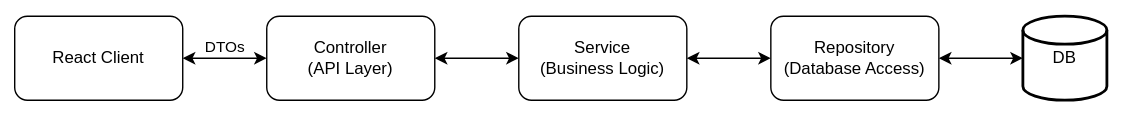
Earlier version of the draw.io export csr-pattern.svg (fabian-emilius/bachelor-thesis-charts). Source tidied: cells renumbered, new cells last; positions are measured from the earlier drawing's top-left corner, leaving out a move shared by most shapes.
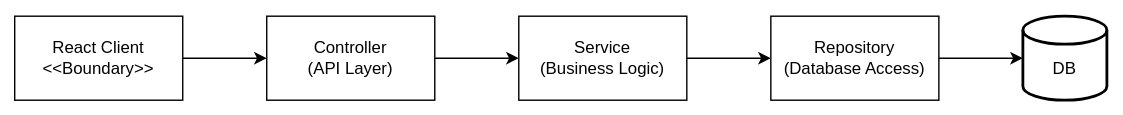
The same diagram one commit later.

The edit, as a diff of the source:
```diff
@@ -2,36 +2,31 @@
   <root>
     <mxCell id="0" />
     <mxCell id="1" parent="0" />
-    <mxCell id="2" style="edgeStyle=orthogonalEdgeStyle;rounded=0;jettySize=auto;html=1;exitX=1;exitY=0.5;exitDx=0;exitDy=0;entryX=0;entryY=0.5;entryDx=0;entryDy=0;startArrow=classic;startFill=1;" parent="1" edge="1" source="4" target="6">
+    <mxCell id="2" style="edgeStyle=orthogonalEdgeStyle;rounded=0;jettySize=auto;html=1;exitX=1;exitY=0.5;exitDx=0;exitDy=0;entryX=0;entryY=0.5;entryDx=0;entryDy=0;startArrow=none;startFill=0;" parent="1" edge="1" source="4" target="6">
       <mxGeometry relative="1" as="geometry" />
     </mxCell>
-    <mxCell id="3" value="DTOs" style="edgeLabel;html=1;align=center;verticalAlign=middle;" parent="2" vertex="1">
-      <mxGeometry x="-0.07" y="2" relative="1" as="geometry">
-        <mxPoint x="1" y="-7" as="offset" />
-      </mxGeometry>
-    </mxCell>
-    <mxCell id="4" value="React Client" style="rounded=1;whiteSpace=wrap;html=1;" parent="1" vertex="1">
+    <mxCell id="4" value="React Client&lt;div&gt;&amp;lt;&amp;lt;Boundary&amp;gt;&amp;gt;&lt;/div&gt;" style="rounded=0;whiteSpace=wrap;html=1;" parent="1" vertex="1">
       <mxGeometry width="120" height="60" as="geometry" />
     </mxCell>
-    <mxCell id="5" style="edgeStyle=orthogonalEdgeStyle;rounded=0;jettySize=auto;html=1;exitX=1;exitY=0.5;exitDx=0;exitDy=0;entryX=0;entryY=0.5;entryDx=0;entryDy=0;startArrow=classic;startFill=1;" parent="1" edge="1" source="6" target="8">
+    <mxCell id="5" style="edgeStyle=orthogonalEdgeStyle;rounded=0;jettySize=auto;html=1;exitX=1;exitY=0.5;exitDx=0;exitDy=0;entryX=0;entryY=0.5;entryDx=0;entryDy=0;startArrow=none;startFill=0;" parent="1" edge="1" source="6" target="8">
       <mxGeometry relative="1" as="geometry" />
     </mxCell>
-    <mxCell id="6" value="Controller&lt;br&gt;(API Layer)" style="rounded=1;whiteSpace=wrap;html=1;" parent="1" vertex="1">
+    <mxCell id="6" value="Controller&lt;br&gt;(API Layer)" style="rounded=0;whiteSpace=wrap;html=1;" parent="1" vertex="1">
       <mxGeometry x="180" width="120" height="60" as="geometry" />
     </mxCell>
-    <mxCell id="7" style="edgeStyle=orthogonalEdgeStyle;rounded=0;jettySize=auto;html=1;exitX=1;exitY=0.5;exitDx=0;exitDy=0;entryX=0;entryY=0.5;entryDx=0;entryDy=0;startArrow=classic;startFill=1;" parent="1" edge="1" source="8" target="9">
+    <mxCell id="7" style="edgeStyle=orthogonalEdgeStyle;rounded=0;jettySize=auto;html=1;exitX=1;exitY=0.5;exitDx=0;exitDy=0;entryX=0;entryY=0.5;entryDx=0;entryDy=0;startArrow=none;startFill=0;" parent="1" edge="1" source="8" target="9">
       <mxGeometry relative="1" as="geometry" />
     </mxCell>
-    <mxCell id="8" value="Service&lt;br&gt;(Business Logic)" style="rounded=1;whiteSpace=wrap;html=1;" parent="1" vertex="1">
+    <mxCell id="8" value="Service&lt;br&gt;(Business Logic)" style="rounded=0;whiteSpace=wrap;html=1;" parent="1" vertex="1">
       <mxGeometry x="360" width="120" height="60" as="geometry" />
     </mxCell>
-    <mxCell id="9" value="Repository&lt;br&gt;(Database Access)" style="rounded=1;whiteSpace=wrap;html=1;" parent="1" vertex="1">
+    <mxCell id="9" value="Repository&lt;br&gt;(Database Access)" style="rounded=0;whiteSpace=wrap;html=1;" parent="1" vertex="1">
       <mxGeometry x="540" width="120" height="60" as="geometry" />
     </mxCell>
-    <mxCell id="10" value="DB" style="strokeWidth=2;html=1;shape=mxgraph.flowchart.database;whiteSpace=wrap;" parent="1" vertex="1">
+    <mxCell id="10" value="&lt;div&gt;&lt;br&gt;&lt;/div&gt;DB" style="strokeWidth=2;html=1;shape=mxgraph.flowchart.database;whiteSpace=wrap;" parent="1" vertex="1">
       <mxGeometry x="720" width="60" height="60" as="geometry" />
     </mxCell>
-    <mxCell id="11" style="edgeStyle=orthogonalEdgeStyle;rounded=0;jettySize=auto;html=1;exitX=1;exitY=0.5;exitDx=0;exitDy=0;entryX=0;entryY=0.5;entryDx=0;entryDy=0;entryPerimeter=0;startArrow=classic;startFill=1;" parent="1" edge="1" source="9" target="10">
+    <mxCell id="11" style="edgeStyle=orthogonalEdgeStyle;rounded=0;jettySize=auto;html=1;exitX=1;exitY=0.5;exitDx=0;exitDy=0;entryX=0;entryY=0.5;entryDx=0;entryDy=0;entryPerimeter=0;startArrow=none;startFill=0;" parent="1" edge="1" source="9" target="10">
       <mxGeometry relative="1" as="geometry" />
     </mxCell>
   </root>
```
